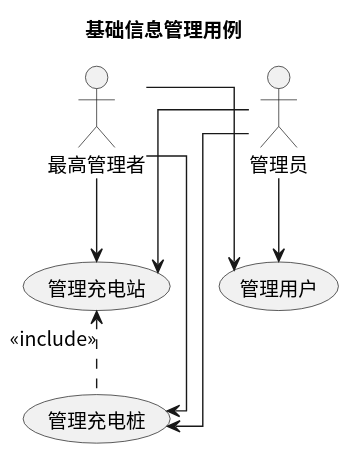
This is usecase/docs/backend/img/basic_info.svg from greenhandzdl/charging-station-doc, a PlantUML export, as it was before one commit.
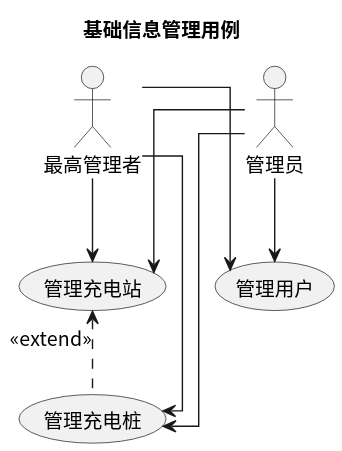
The same file after the commit.

The edit, as a diff of the source:
```diff
@@ -18,5 +18,5 @@
 SA --> 管理充电桩
 SA --> 管理用户
 
-管理充电站 <.down. 管理充电桩 : <<include>>
+管理充电站 <.down. 管理充电桩 : <<extend>>
 @enduml
```
